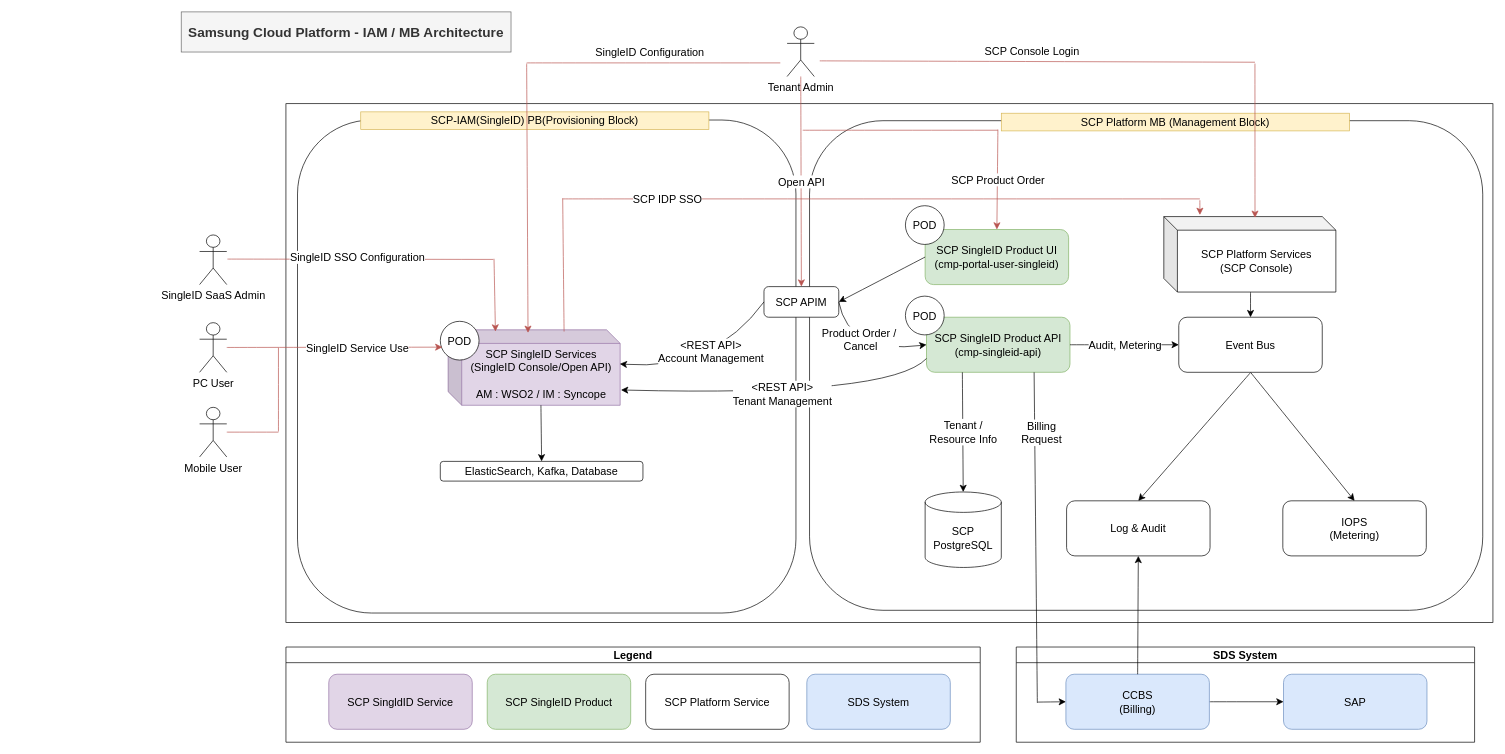
EST-94/workflows_diagram keeps this draw.io diagram as Projects/inCompany/cmp_singleid_api.drawio. Above is the earlier version. Source tidied: cells renumbered, new cells numbered last; positions are measured from the earlier drawing's top-left corner, leaving out a move shared by most shapes. Both pictures are drawn from the tidied source at 68%, with x=0, y=0 at pixel (181, 12).
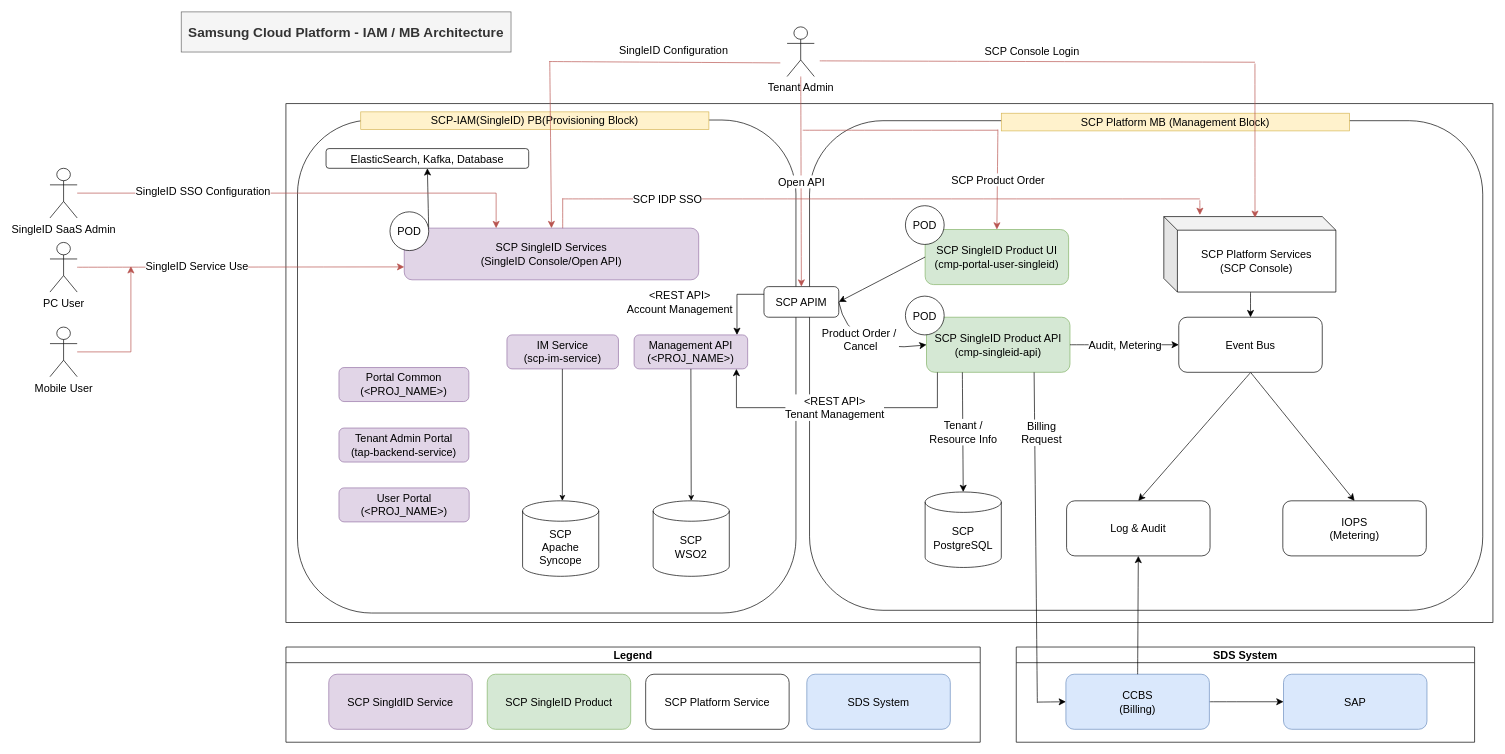
The same page after the edit.

Commit message:
v1.2b / adding details for SCP PB

Unchanged cells that the change refers to:
```xml
<mxCell id="12" value="SCP SingleID Product API&lt;br&gt;(cmp-singleid-api)" style="rounded=1;whiteSpace=wrap;html=1;fontSize=16;fillColor=#d5e8d4;strokeColor=#82b366;" parent="1" vertex="1">
  <mxGeometry x="1096" y="449" width="211" height="81" as="geometry" />
</mxCell>
<mxCell id="31" value="SCP APIM" style="rounded=1;whiteSpace=wrap;html=1;fontSize=16;" parent="1" vertex="1">
  <mxGeometry x="857" y="404" width="110" height="45" as="geometry" />
</mxCell>
```

What changed in the source:
```diff
@@
-    <mxCell id="8" value="SCP SingleID Services&lt;br&gt;(SingleID Console/Open API)&lt;br&gt;&lt;br&gt;AM : WSO2 / IM : Syncope" style="shape=cube;whiteSpace=wrap;html=1;boundedLbl=1;backgroundOutline=1;darkOpacity=0.05;darkOpacity2=0.1;fontSize=16;fillColor=#e1d5e7;strokeColor=#9673a6;" parent="1" vertex="1">
-      <mxGeometry x="392.5" y="467.5" width="253" height="111" as="geometry" />
-    </mxCell>
-    <mxCell id="9" style="endArrow=classic;html=1;rounded=0;fontSize=12;startSize=8;endSize=8;curved=1;exitX=0;exitY=0;exitDx=136.5;exitDy=111;exitPerimeter=0;entryX=0.5;entryY=0;entryDx=0;entryDy=0;" parent="1" edge="1" source="8" target="10">
+    <mxCell id="9" style="endArrow=classic;html=1;rounded=0;fontSize=12;startSize=8;endSize=8;curved=1;entryX=0.5;entryY=1;entryDx=0;entryDy=0;exitX=1;exitY=0.5;exitDx=0;exitDy=0;" parent="1" edge="1" source="36" target="10">
       <mxGeometry relative="1" as="geometry" />
     </mxCell>
     <mxCell id="10" value="ElasticSearch, Kafka, Database" style="rounded=1;whiteSpace=wrap;html=1;fontSize=16;" parent="1" vertex="1">
-      <mxGeometry x="381" y="661" width="298" height="29" as="geometry" />
+      <mxGeometry x="213" y="201" width="298" height="29" as="geometry" />
     </mxCell>
@@
-    <mxCell id="32" style="endArrow=classic;html=1;rounded=0;fontSize=12;startSize=8;endSize=8;curved=1;entryX=1.005;entryY=0.797;entryDx=0;entryDy=0;entryPerimeter=0;exitX=0;exitY=0.75;exitDx=0;exitDy=0;" parent="1" edge="1" source="12" target="8">
-      <mxGeometry relative="1" as="geometry">
-        <Array as="points">
-          <mxPoint x="1043" y="566" />
-        </Array>
-      </mxGeometry>
-    </mxCell>
-    <mxCell id="33" value="&amp;lt;REST API&amp;gt;&lt;br&gt;Tenant Management" style="edgeLabel;html=1;align=center;verticalAlign=middle;fontSize=16;" parent="32" vertex="1">
-      <mxGeometry relative="1" as="geometry" />
-    </mxCell>
-    <mxCell id="34" style="endArrow=classic;html=1;rounded=0;fontSize=12;startSize=8;endSize=8;curved=1;entryX=0.998;entryY=0.452;entryDx=0;entryDy=0;entryPerimeter=0;exitX=0;exitY=0.5;exitDx=0;exitDy=0;" parent="1" edge="1" source="31" target="8">
-      <mxGeometry relative="1" as="geometry">
-        <Array as="points">
-          <mxPoint x="783" y="528" />
-        </Array>
-      </mxGeometry>
-    </mxCell>
-    <mxCell id="35" value="&amp;lt;REST API&amp;gt;&lt;br&gt;Account Management" style="edgeLabel;html=1;align=center;verticalAlign=middle;fontSize=16;" parent="34" vertex="1">
-      <mxGeometry relative="1" as="geometry">
-        <mxPoint x="2" y="-28" as="offset" />
-      </mxGeometry>
-    </mxCell>
-    <mxCell id="36" value="POD" style="ellipse;whiteSpace=wrap;html=1;fontSize=16;" parent="1" vertex="1">
-      <mxGeometry x="381" y="455" width="57" height="57" as="geometry" />
-    </mxCell>
@@
     <mxCell id="47" value="SingleID SaaS Admin" style="shape=umlActor;verticalLabelPosition=bottom;verticalAlign=top;html=1;fontSize=16;" parent="1" vertex="1">
-      <mxGeometry x="27" y="328" width="40" height="73" as="geometry" />
+      <mxGeometry x="-193" y="230" width="40" height="73" as="geometry" />
     </mxCell>
-    <mxCell id="48" style="edgeStyle=none;curved=1;rounded=0;jettySize=auto;html=1;fontSize=12;startSize=8;endSize=8;entryX=0.053;entryY=0.667;entryDx=0;entryDy=0;fillColor=#f8cecc;strokeColor=#b85450;entryPerimeter=0;" parent="1" edge="1" source="49" target="36">
+    <mxCell id="48" style="edgeStyle=none;curved=1;rounded=0;jettySize=auto;html=1;fontSize=12;startSize=8;endSize=8;fillColor=#f8cecc;strokeColor=#b85450;entryX=0;entryY=0.75;entryDx=0;entryDy=0;" parent="1" edge="1" source="49" target="75">
       <mxGeometry relative="1" as="geometry" />
     </mxCell>
     <mxCell id="49" value="PC User" style="shape=umlActor;verticalLabelPosition=bottom;verticalAlign=top;html=1;outlineConnect=0;fontSize=16;" parent="1" vertex="1">
-      <mxGeometry x="27" y="457" width="40" height="73" as="geometry" />
+      <mxGeometry x="-193" y="339" width="40" height="73" as="geometry" />
     </mxCell>
     <mxCell id="50" value="Mobile User" style="shape=umlActor;verticalLabelPosition=bottom;verticalAlign=top;html=1;outlineConnect=0;fontSize=16;" parent="1" vertex="1">
-      <mxGeometry x="27" y="581.5" width="40" height="73" as="geometry" />
+      <mxGeometry x="-193" y="463.5" width="40" height="73" as="geometry" />
     </mxCell>
-    <mxCell id="51" style="endArrow=none;html=1;rounded=0;fontSize=12;startSize=8;endSize=8;curved=1;fillColor=#f8cecc;strokeColor=#b85450;" parent="1" edge="1" source="50">
-      <mxGeometry relative="1" as="geometry">
-        <mxPoint x="143" y="618" as="targetPoint" />
-      </mxGeometry>
-    </mxCell>
-    <mxCell id="52" style="endArrow=none;html=1;rounded=0;fontSize=12;startSize=8;endSize=8;curved=1;fillColor=#f8cecc;strokeColor=#b85450;" parent="1" edge="1">
-      <mxGeometry relative="1" as="geometry">
-        <mxPoint x="143" y="617" as="sourcePoint" />
-        <mxPoint x="143" y="494" as="targetPoint" />
-      </mxGeometry>
-    </mxCell>
     <mxCell id="53" value="SingleID Service Use" style="edgeLabel;html=1;align=center;verticalAlign=middle;fontSize=16;" parent="1" vertex="1">
-      <mxGeometry x="258" y="493.5" as="geometry" />
+      <mxGeometry x="22" y="373" as="geometry" />
     </mxCell>
-    <mxCell id="54" style="endArrow=classic;html=1;rounded=0;fontSize=12;startSize=8;endSize=8;curved=1;entryX=0.275;entryY=0.023;entryDx=0;entryDy=0;entryPerimeter=0;fillColor=#f8cecc;strokeColor=#b85450;" parent="1" edge="1" target="8">
-      <mxGeometry relative="1" as="geometry">
-        <mxPoint x="460" y="363" as="sourcePoint" />
-      </mxGeometry>
-    </mxCell>
-    <mxCell id="55" style="endArrow=none;html=1;rounded=0;fontSize=12;startSize=8;endSize=8;curved=1;fillColor=#f8cecc;strokeColor=#b85450;" parent="1" edge="1">
-      <mxGeometry relative="1" as="geometry">
-        <mxPoint x="68" y="363.5" as="sourcePoint" />
-        <mxPoint x="459" y="364" as="targetPoint" />
-      </mxGeometry>
-    </mxCell>
-    <mxCell id="56" value="SingleID SSO Configuration" style="edgeLabel;html=1;align=center;verticalAlign=middle;fontSize=16;" parent="1" vertex="1">
-      <mxGeometry x="258" y="360.5" as="geometry" />
-    </mxCell>
@@
-    <mxCell id="60" style="endArrow=none;html=1;rounded=0;fontSize=12;startSize=8;endSize=8;curved=1;exitX=0.674;exitY=0.023;exitDx=0;exitDy=0;exitPerimeter=0;fillColor=#f8cecc;strokeColor=#b85450;" parent="1" edge="1" source="8">
+    <mxCell id="60" style="endArrow=none;html=1;rounded=0;fontSize=12;startSize=8;endSize=8;curved=1;fillColor=#f8cecc;strokeColor=#b85450;" parent="1" edge="1">
       <mxGeometry relative="1" as="geometry">
+        <mxPoint x="561" y="323" as="sourcePoint" />
         <mxPoint x="561" y="274" as="targetPoint" />
       </mxGeometry>
     </mxCell>
@@
-    <mxCell id="64" style="endArrow=classic;html=1;rounded=0;fontSize=12;startSize=8;endSize=8;curved=1;entryX=0.5;entryY=0;entryDx=0;entryDy=0;fillColor=#f8cecc;strokeColor=#b85450;" parent="1" edge="1">
+    <mxCell id="64" style="endArrow=classic;html=1;rounded=0;fontSize=12;startSize=8;endSize=8;curved=1;fillColor=#f8cecc;strokeColor=#b85450;entryX=0.5;entryY=0;entryDx=0;entryDy=0;" parent="1" edge="1" target="75">
       <mxGeometry relative="1" as="geometry">
-        <mxPoint x="508" y="76" as="sourcePoint" />
-        <mxPoint x="510" y="472" as="targetPoint" />
+        <mxPoint x="542" y="73" as="sourcePoint" />
       </mxGeometry>
     </mxCell>
     <mxCell id="65" value="SingleID Configuration" style="edgeLabel;html=1;align=center;verticalAlign=middle;fontSize=16;" parent="64" vertex="1">
       <mxGeometry relative="1" as="geometry">
-        <mxPoint x="180" y="-215" as="offset" />
+        <mxPoint x="180" y="-140" as="offset" />
       </mxGeometry>
     </mxCell>
     <mxCell id="66" style="endArrow=none;html=1;rounded=0;fontSize=12;startSize=8;endSize=8;curved=1;fillColor=#f8cecc;strokeColor=#b85450;" parent="1" edge="1">
       <mxGeometry relative="1" as="geometry">
-        <mxPoint x="508" y="75" as="sourcePoint" />
+        <mxPoint x="541" y="73" as="sourcePoint" />
         <mxPoint x="881" y="75" as="targetPoint" />
       </mxGeometry>
     </mxCell>
@@
+    <mxCell id="75" value="&lt;span style=&quot;font-size: 16px;&quot;&gt;SCP SingleID Services &lt;br&gt;(SingleID Console/Open API)&lt;/span&gt;" style="rounded=1;whiteSpace=wrap;html=1;fillColor=#e1d5e7;strokeColor=#9673a6;" parent="1" vertex="1">
+      <mxGeometry x="328" y="318" width="433" height="76" as="geometry" />
+    </mxCell>
+    <mxCell id="36" value="POD" style="ellipse;whiteSpace=wrap;html=1;fontSize=16;" parent="1" vertex="1">
+      <mxGeometry x="307" y="294" width="57" height="57" as="geometry" />
+    </mxCell>
+    <mxCell id="76" value="&lt;span style=&quot;font-size: 16px;&quot;&gt;Management API&lt;br&gt;(&amp;lt;PROJ_NAME&amp;gt;)&lt;br&gt;&lt;/span&gt;" style="rounded=1;whiteSpace=wrap;html=1;fillColor=#e1d5e7;strokeColor=#9673a6;" parent="1" vertex="1">
+      <mxGeometry x="666" y="475" width="167" height="50" as="geometry" />
+    </mxCell>
+    <mxCell id="77" value="&lt;span style=&quot;font-size: 16px;&quot;&gt;User Portal&lt;br&gt;(&amp;lt;PROJ_NAME&amp;gt;)&lt;br&gt;&lt;/span&gt;" style="rounded=1;whiteSpace=wrap;html=1;fillColor=#e1d5e7;strokeColor=#9673a6;" parent="1" vertex="1">
+      <mxGeometry x="232" y="700" width="191.5" height="50" as="geometry" />
+    </mxCell>
+    <mxCell id="78" value="&lt;span style=&quot;font-size: 16px;&quot;&gt;Tenant Admin Portal&lt;br&gt;(tap-backend-service)&lt;br&gt;&lt;/span&gt;" style="rounded=1;whiteSpace=wrap;html=1;fillColor=#e1d5e7;strokeColor=#9673a6;" parent="1" vertex="1">
+      <mxGeometry x="232" y="612" width="191" height="50" as="geometry" />
+    </mxCell>
+    <mxCell id="79" value="&lt;span style=&quot;font-size: 16px;&quot;&gt;IM Service&lt;br&gt;(scp-im-service)&lt;br&gt;&lt;/span&gt;" style="rounded=1;whiteSpace=wrap;html=1;fillColor=#e1d5e7;strokeColor=#9673a6;" parent="1" vertex="1">
+      <mxGeometry x="479" y="475" width="164" height="50" as="geometry" />
+    </mxCell>
+    <mxCell id="80" value="&lt;span style=&quot;font-size: 16px;&quot;&gt;Portal Common&lt;br&gt;(&amp;lt;PROJ_NAME&amp;gt;)&lt;br&gt;&lt;/span&gt;" style="rounded=1;whiteSpace=wrap;html=1;fillColor=#e1d5e7;strokeColor=#9673a6;" parent="1" vertex="1">
+      <mxGeometry x="232" y="523" width="191" height="50" as="geometry" />
+    </mxCell>
+    <mxCell id="81" value="SCP&lt;br&gt;WSO2" style="shape=cylinder3;whiteSpace=wrap;html=1;boundedLbl=1;backgroundOutline=1;size=15;fontSize=16;" parent="1" vertex="1">
+      <mxGeometry x="694" y="719" width="112" height="111" as="geometry" />
+    </mxCell>
+    <mxCell id="82" value="SCP&lt;br&gt;Apache Syncope" style="shape=cylinder3;whiteSpace=wrap;html=1;boundedLbl=1;backgroundOutline=1;size=15;fontSize=16;" parent="1" vertex="1">
+      <mxGeometry x="502" y="719" width="112" height="111" as="geometry" />
+    </mxCell>
+    <mxCell id="83" style="edgeStyle=segmentEdgeStyle;endArrow=classic;html=1;curved=0;rounded=0;endSize=8;startSize=8;fillColor=#f8cecc;strokeColor=#b85450;" parent="1" edge="1" source="50">
+      <mxGeometry relative="1" as="geometry">
+        <mxPoint x="-74" y="374" as="targetPoint" />
+      </mxGeometry>
+    </mxCell>
+    <mxCell id="84" style="edgeStyle=segmentEdgeStyle;endArrow=classic;html=1;curved=0;rounded=0;endSize=8;startSize=8;entryX=0.906;entryY=0;entryDx=0;entryDy=0;exitX=0;exitY=0.25;exitDx=0;exitDy=0;entryPerimeter=0;" parent="1" edge="1" source="31" target="76">
+      <mxGeometry relative="1" as="geometry" />
+    </mxCell>
+    <mxCell id="35" value="&amp;lt;REST API&amp;gt;&lt;br&gt;Account Management" style="edgeLabel;html=1;align=center;verticalAlign=middle;fontSize=16;" parent="1" vertex="1">
+      <mxGeometry x="732" y="426.5" as="geometry" />
+    </mxCell>
+    <mxCell id="85" style="edgeStyle=segmentEdgeStyle;endArrow=classic;html=1;curved=0;rounded=0;endSize=8;startSize=8;exitX=0.076;exitY=1;exitDx=0;exitDy=0;entryX=0.901;entryY=1;entryDx=0;entryDy=0;entryPerimeter=0;exitPerimeter=0;" parent="1" edge="1" source="12" target="76">
+      <mxGeometry relative="1" as="geometry">
+        <Array as="points">
+          <mxPoint x="1112" y="582" />
+          <mxPoint x="817" y="582" />
+        </Array>
+      </mxGeometry>
+    </mxCell>
+    <mxCell id="33" value="&amp;lt;REST API&amp;gt;&lt;br&gt;Tenant Management" style="edgeLabel;html=1;align=center;verticalAlign=middle;fontSize=16;" parent="1" vertex="1">
+      <mxGeometry x="960" y="581" as="geometry" />
+    </mxCell>
+    <mxCell id="86" style="endArrow=classic;html=1;rounded=0;entryX=0.5;entryY=0;entryDx=0;entryDy=0;entryPerimeter=0;exitX=0.5;exitY=1;exitDx=0;exitDy=0;" parent="1" edge="1" source="76" target="81">
+      <mxGeometry relative="1" as="geometry" />
+    </mxCell>
+    <mxCell id="87" style="edgeStyle=segmentEdgeStyle;endArrow=classic;html=1;curved=0;rounded=0;endSize=8;startSize=8;entryX=0.312;entryY=0;entryDx=0;entryDy=0;entryPerimeter=0;fillColor=#f8cecc;strokeColor=#b85450;" parent="1" edge="1">
+      <mxGeometry relative="1" as="geometry">
+        <mxPoint x="-153" y="266.5" as="sourcePoint" />
+        <mxPoint x="463.1" y="318" as="targetPoint" />
+      </mxGeometry>
+    </mxCell>
+    <mxCell id="56" value="SingleID SSO Configuration" style="edgeLabel;html=1;align=center;verticalAlign=middle;fontSize=16;" parent="1" vertex="1">
+      <mxGeometry x="31" y="263" as="geometry" />
+    </mxCell>
+    <mxCell id="88" style="endArrow=classic;html=1;rounded=0;entryX=0.5;entryY=0;entryDx=0;entryDy=0;entryPerimeter=0;exitX=0.5;exitY=1;exitDx=0;exitDy=0;" parent="1" edge="1">
+      <mxGeometry relative="1" as="geometry">
+        <mxPoint x="560.5" y="525" as="sourcePoint" />
+        <mxPoint x="560.5" y="719" as="targetPoint" />
+      </mxGeometry>
+    </mxCell>
```
